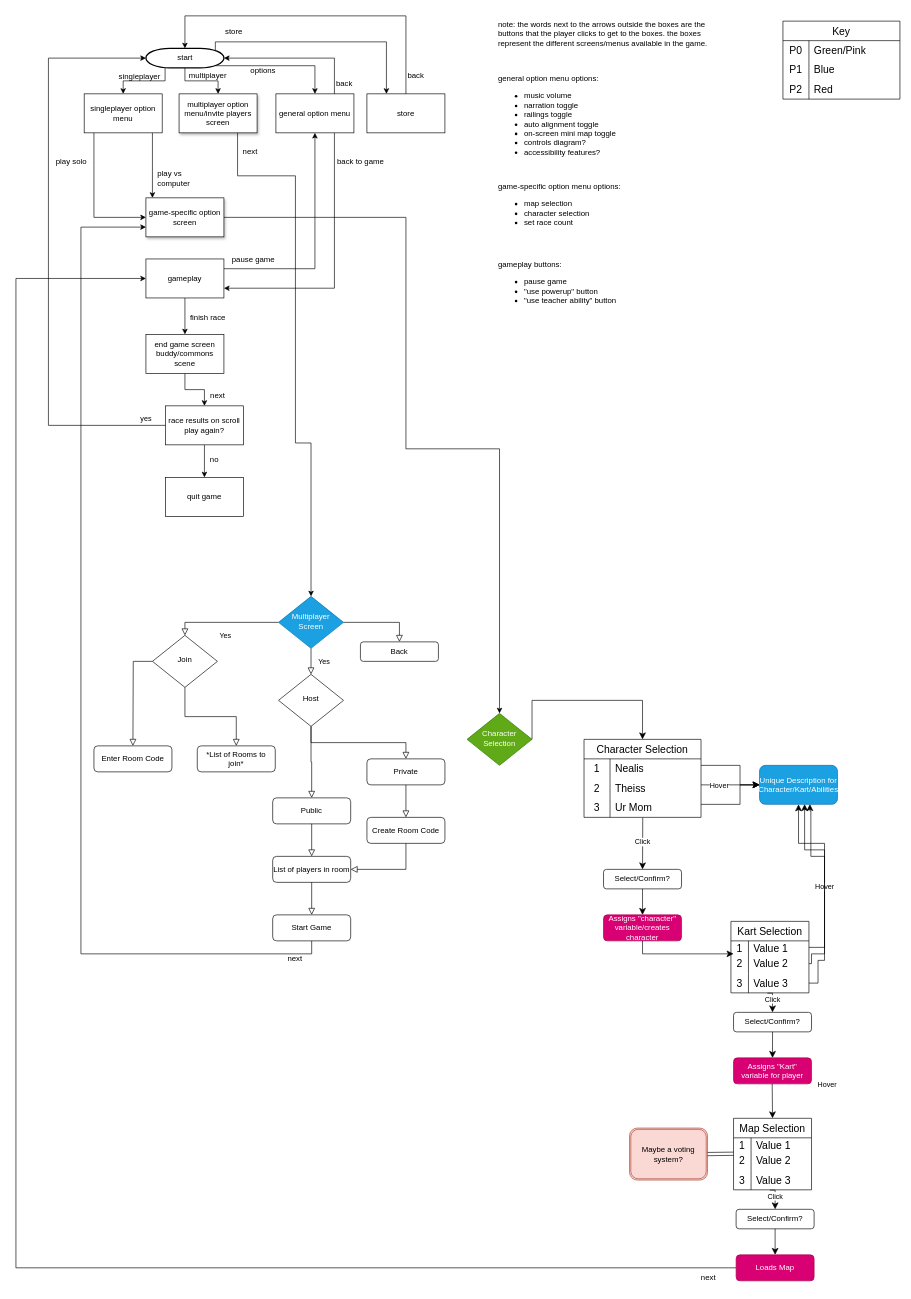
sozalpasan1/HWKartKlash keeps this draw.io diagram as documentation/TechSpecs/LayoutUIDesign.drawio. Above is the earlier version. Source tidied: cells renumbered, new cells numbered last; positions are measured from the earlier drawing's top-left corner, leaving out a move shared by most shapes. Both pictures are drawn from the tidied source at 65%, with x=0, y=0 at pixel (16, 16).
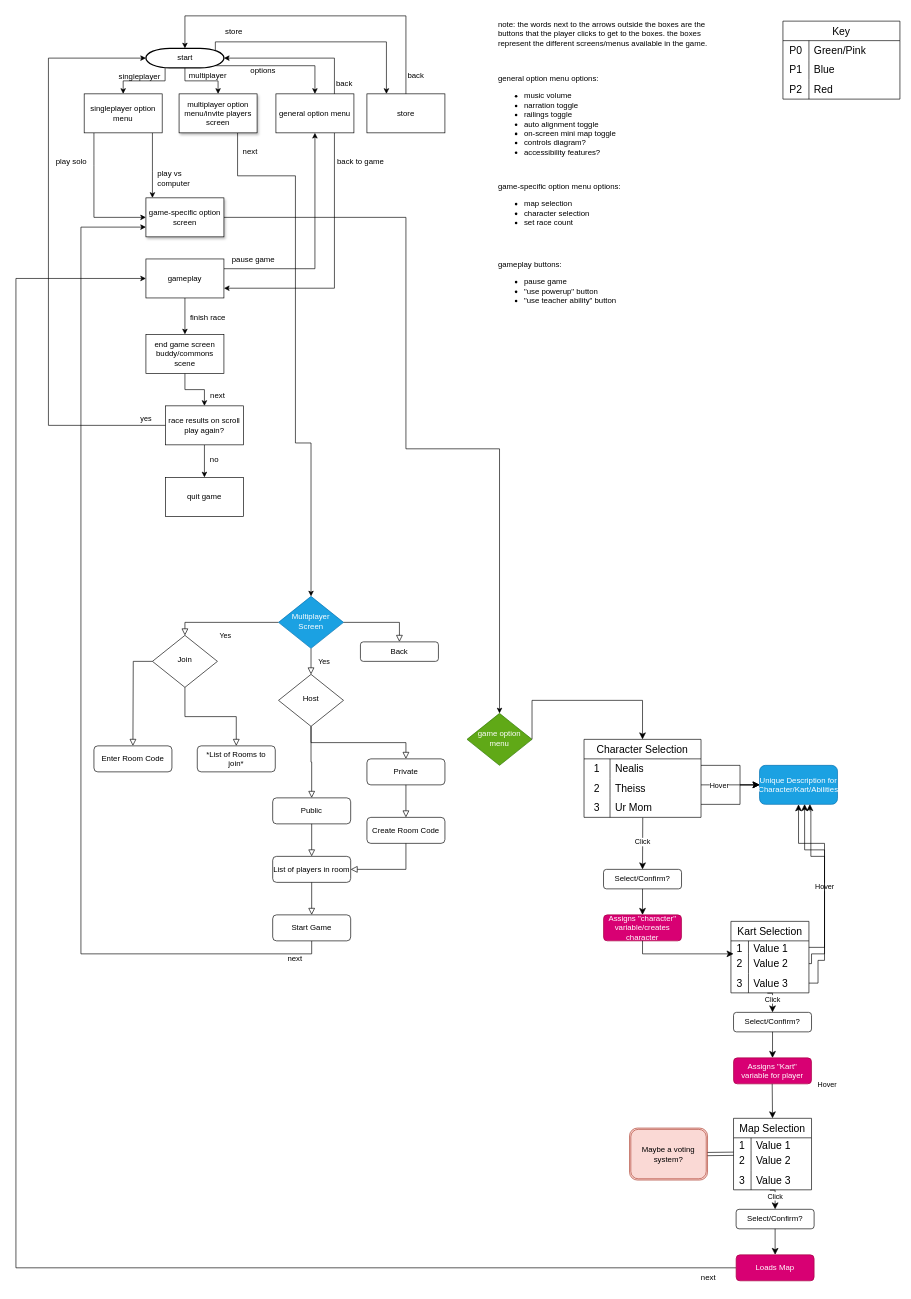
The same page after the edit.

Diff of the diagram source:
```diff
@@
-    <mxCell id="46" value="Character Selection" style="rhombus;whiteSpace=wrap;html=1;shadow=0;fontFamily=Helvetica;fontSize=12;align=center;strokeWidth=1;spacing=6;spacingTop=-4;fillColor=#60a917;fontColor=#ffffff;strokeColor=#2D7600;" parent="1" vertex="1">
+    <mxCell id="46" value="game option menu" style="rhombus;whiteSpace=wrap;html=1;shadow=0;fontFamily=Helvetica;fontSize=12;align=center;strokeWidth=1;spacing=6;spacingTop=-4;fillColor=#60a917;fontColor=#ffffff;strokeColor=#2D7600;" parent="1" vertex="1">
       <mxGeometry x="694" y="1073" width="100" height="80" as="geometry" />
     </mxCell>
```
